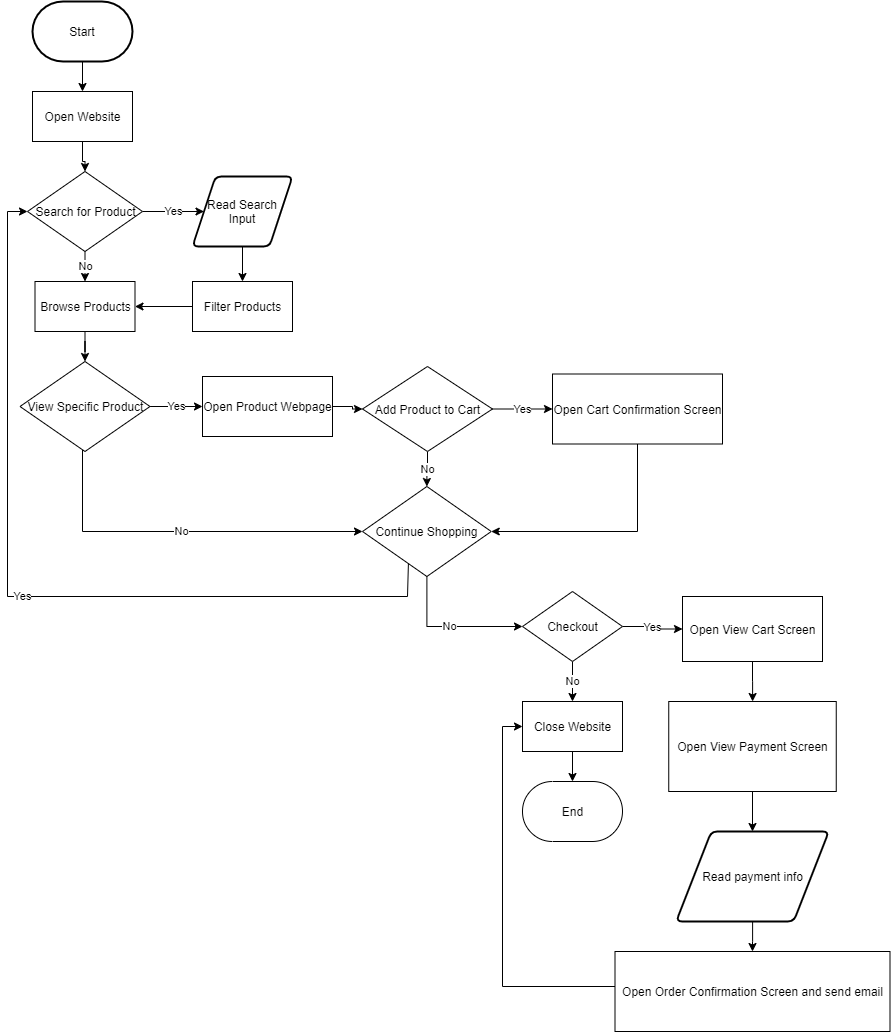
Earlier version of the draw.io export part2/part2.drawio.png (chuckmanny20/wi21-cse110-lab4). Source tidied: cells renumbered, new cells last; positions are measured from the earlier drawing's top-left corner, leaving out a move shared by most shapes.
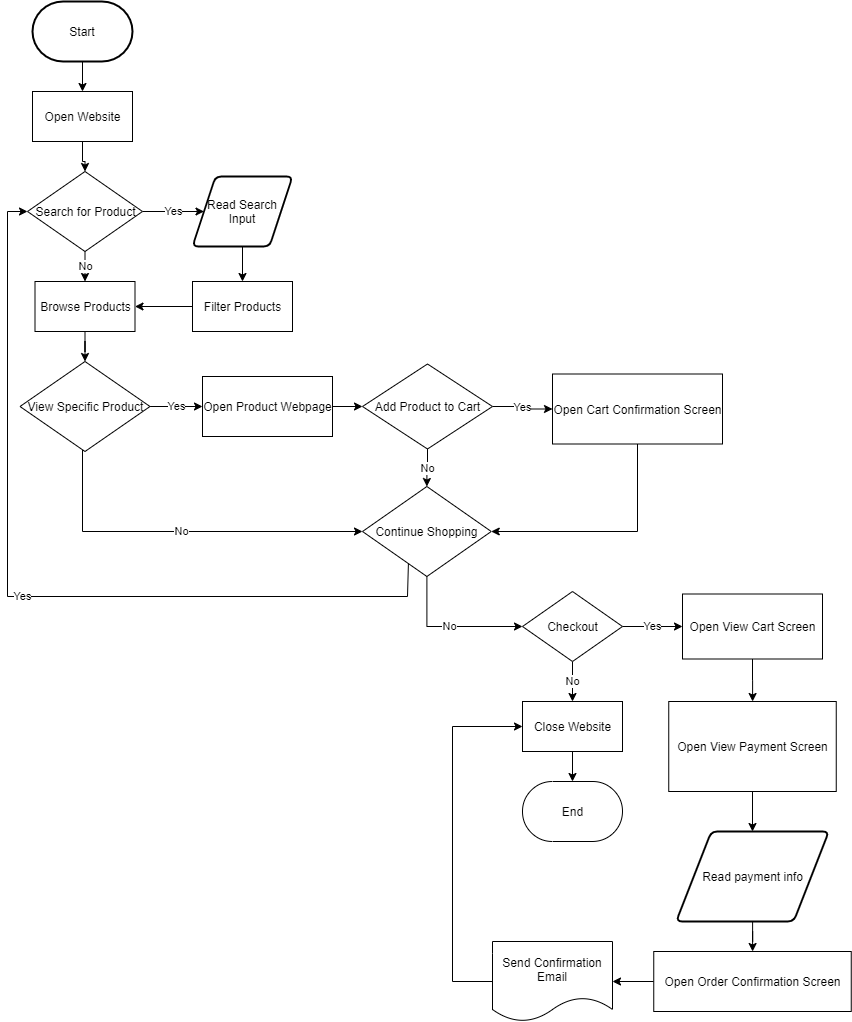
Later version of the same file.

Commit message:
Add Document Box

Change to the diagram source:
```diff
@@ -67,7 +67,7 @@
       <mxGeometry relative="1" as="geometry" />
     </mxCell>
     <mxCell id="22" value="Add Product to Cart" style="shape=rhombus;html=1;dashed=0;whitespace=wrap;perimeter=rhombusPerimeter;" parent="1" vertex="1">
-      <mxGeometry x="355" y="365" width="130" height="85" as="geometry" />
+      <mxGeometry x="355" y="362.5" width="130" height="85" as="geometry" />
     </mxCell>
     <mxCell id="23" style="edgeStyle=orthogonalEdgeStyle;rounded=0;jettySize=auto;html=1;exitX=0.5;exitY=1;exitDx=0;exitDy=0;entryX=1;entryY=0.5;entryDx=0;entryDy=0;" parent="1" edge="1" source="24" target="27">
       <mxGeometry relative="1" as="geometry" />
@@ -117,7 +117,7 @@
       <mxGeometry relative="1" as="geometry" />
     </mxCell>
     <mxCell id="35" value="Open View Cart Screen" style="html=1;dashed=0;whitespace=wrap;" parent="1" vertex="1">
-      <mxGeometry x="675" y="595" width="140" height="65" as="geometry" />
+      <mxGeometry x="675" y="592.5" width="140" height="65" as="geometry" />
     </mxCell>
     <mxCell id="36" style="edgeStyle=orthogonalEdgeStyle;rounded=0;jettySize=auto;html=1;" parent="1" edge="1" source="37" target="39">
       <mxGeometry relative="1" as="geometry" />
@@ -131,16 +131,22 @@
     <mxCell id="39" value="Read payment info" style="shape=parallelogram;html=1;strokeWidth=2;perimeter=parallelogramPerimeter;whiteSpace=wrap;rounded=1;arcSize=12;size=0.23;" parent="1" vertex="1">
       <mxGeometry x="668.8" y="830" width="152.5" height="90" as="geometry" />
     </mxCell>
-    <mxCell id="40" style="edgeStyle=orthogonalEdgeStyle;rounded=0;jettySize=auto;html=1;entryX=0;entryY=0.5;entryDx=0;entryDy=0;" parent="1" edge="1" source="41" target="32">
-      <mxGeometry relative="1" as="geometry">
-        <Array as="points">
-          <mxPoint x="495" y="985" />
-          <mxPoint x="495" y="725" />
-        </Array>
-      </mxGeometry>
-    </mxCell>
+    <mxCell id="42" style="edgeStyle=orthogonalEdgeStyle;rounded=0;jettySize=auto;html=1;" parent="1" edge="1" source="41" target="44">
+      <mxGeometry relative="1" as="geometry" />
+    </mxCell>
-    <mxCell id="41" value="Open Order Confirmation Screen and send email" style="html=1;dashed=0;whitespace=wrap;" parent="1" vertex="1">
-      <mxGeometry x="607.5" y="950" width="275" height="80" as="geometry" />
+    <mxCell id="41" value="Open Order Confirmation Screen" style="html=1;dashed=0;whitespace=wrap;" parent="1" vertex="1">
+      <mxGeometry x="646.2" y="950" width="197.5" height="60" as="geometry" />
     </mxCell>
+    <mxCell id="43" style="edgeStyle=orthogonalEdgeStyle;rounded=0;jettySize=auto;html=1;entryX=0;entryY=0.5;entryDx=0;entryDy=0;" parent="1" edge="1" source="44" target="32">
+      <mxGeometry relative="1" as="geometry">
+        <Array as="points">
+          <mxPoint x="445" y="980" />
+          <mxPoint x="445" y="725" />
+        </Array>
+      </mxGeometry>
+    </mxCell>
+    <mxCell id="44" value="Send Confirmation Email" style="shape=document;whiteSpace=wrap;html=1;boundedLbl=1;" parent="1" vertex="1">
+      <mxGeometry x="485" y="940" width="120" height="80" as="geometry" />
+    </mxCell>
   </root>
 </mxGraphModel>
```
